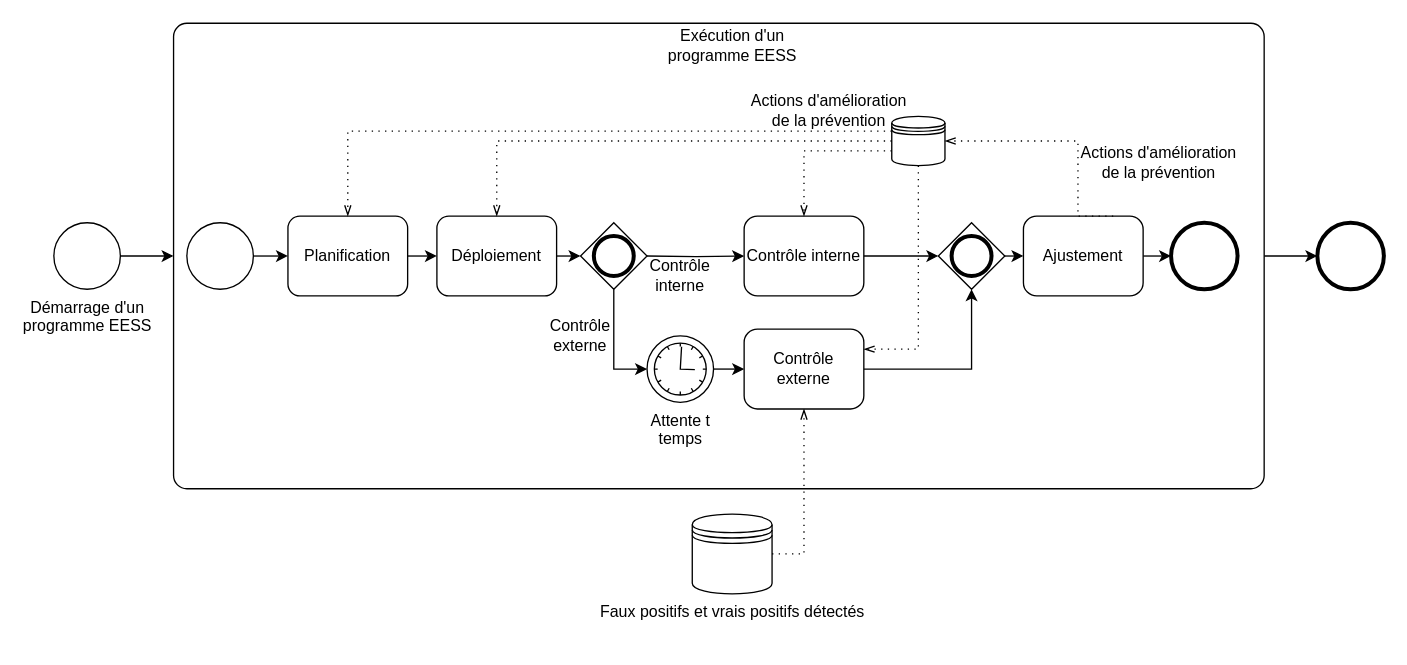
This is contribution/prevention_continue.drawio from netmme/cyber-diagramme-d-activites, a draw.io file, before an edit. Source tidied: cells renumbered, new cells numbered last; positions are measured from the earlier drawing's top-left corner, leaving out a move shared by most shapes. Both pictures are drawn from the tidied source at 133%, with x=0, y=0 at pixel (53, 23).
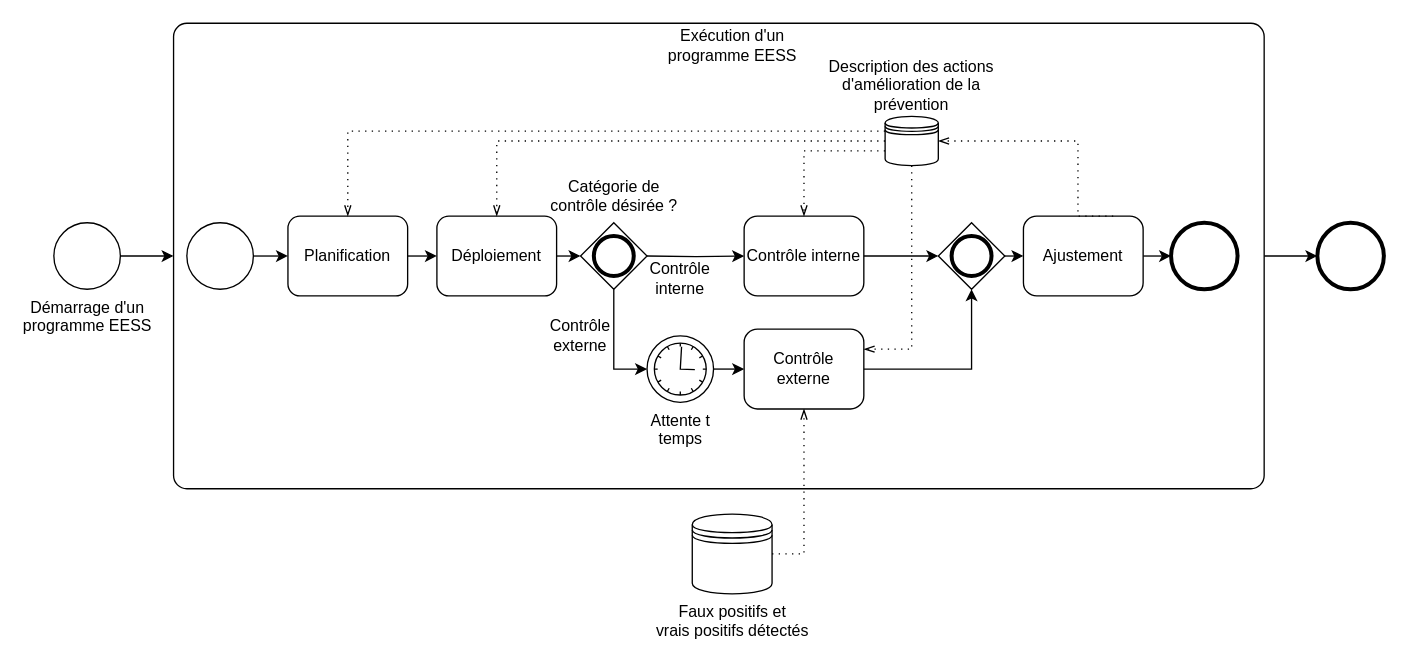
The same page after the edit.

Unchanged cells that the change refers to:
```xml
<mxCell id="17" value="Contrôle externe" style="points=[[0.25,0,0],[0.5,0,0],[0.75,0,0],[1,0.25,0],[1,0.5,0],[1,0.75,0],[0.75,1,0],[0.5,1,0],[0.25,1,0],[0,0.75,0],[0,0.5,0],[0,0.25,0]];shape=mxgraph.bpmn.task;whiteSpace=wrap;rectStyle=rounded;size=10;html=1;taskMarker=abstract;" parent="1" vertex="1">
  <mxGeometry x="519" y="230" width="90" height="60" as="geometry" />
</mxCell>
```

Change to the diagram source:
```diff
@@
-    <mxCell id="4" value="&lt;div&gt;Faux positifs et vrais positifs détectés&lt;/div&gt;" style="shape=datastore;html=1;labelPosition=center;verticalLabelPosition=bottom;align=center;verticalAlign=top;" parent="1" vertex="1">
+    <mxCell id="4" value="&lt;div&gt;Faux positifs et&lt;br&gt;vrais positifs détectés&lt;/div&gt;" style="shape=datastore;html=1;labelPosition=center;verticalLabelPosition=bottom;align=center;verticalAlign=top;" parent="1" vertex="1">
       <mxGeometry x="480" y="369" width="60" height="60" as="geometry" />
     </mxCell>
@@
     <mxCell id="22" value="&lt;div&gt;Contrôle interne&lt;/div&gt;" style="text;html=1;strokeColor=none;fillColor=none;align=center;verticalAlign=middle;whiteSpace=wrap;rounded=0;" parent="1" vertex="1">
-      <mxGeometry x="441" y="175" width="60" height="30" as="geometry" />
+      <mxGeometry x="441" y="177" width="60" height="30" as="geometry" />
     </mxCell>
@@
     <mxCell id="32" style="shape=datastore;html=1;labelPosition=center;verticalLabelPosition=bottom;align=center;verticalAlign=top;" parent="1" vertex="1">
-      <mxGeometry x="630" y="70" width="40" height="37" as="geometry" />
+      <mxGeometry x="625" y="70" width="40" height="37" as="geometry" />
     </mxCell>
@@
     <mxCell id="37" style="edgeStyle=elbowEdgeStyle;fontSize=12;html=1;endFill=0;startFill=0;endSize=6;startSize=6;dashed=1;dashPattern=1 4;endArrow=openThin;startArrow=none;rounded=0;exitX=0.5;exitY=1;exitDx=0;exitDy=0;entryX=1;entryY=0.25;entryDx=0;entryDy=0;entryPerimeter=0;" parent="1" edge="1" source="32" target="17">
       <mxGeometry relative="1" as="geometry">
         <Array as="points">
+          <mxPoint x="645" y="140" />
           <mxPoint x="650" y="220" />
           <mxPoint x="660" y="160" />
           <mxPoint x="630" y="210" />
         </Array>
       </mxGeometry>
     </mxCell>
-    <mxCell id="38" value="Actions d'amélioration de la prévention" style="text;html=1;strokeColor=none;fillColor=none;align=center;verticalAlign=middle;whiteSpace=wrap;rounded=0;" parent="1" vertex="1">
-      <mxGeometry x="766" y="90.1" width="130" height="30" as="geometry" />
-    </mxCell>
-    <mxCell id="39" value="Actions d'amélioration de la prévention" style="text;html=1;strokeColor=none;fillColor=none;align=center;verticalAlign=middle;whiteSpace=wrap;rounded=0;" parent="1" vertex="1">
-      <mxGeometry x="518" y="51" width="130" height="30" as="geometry" />
+    <mxCell id="39" value="Description des actions d'amélioration de la prévention" style="text;html=1;strokeColor=none;fillColor=none;align=center;verticalAlign=middle;whiteSpace=wrap;rounded=0;" parent="1" vertex="1">
+      <mxGeometry x="580" y="32" width="130" height="30" as="geometry" />
     </mxCell>
+    <mxCell id="40" value="&lt;div&gt;Catégorie de contrôle désirée ?&lt;/div&gt;" style="text;html=1;strokeColor=none;fillColor=none;align=center;verticalAlign=middle;whiteSpace=wrap;rounded=0;" parent="1" vertex="1">
+      <mxGeometry x="366.5" y="115" width="109" height="30" as="geometry" />
+    </mxCell>
```
